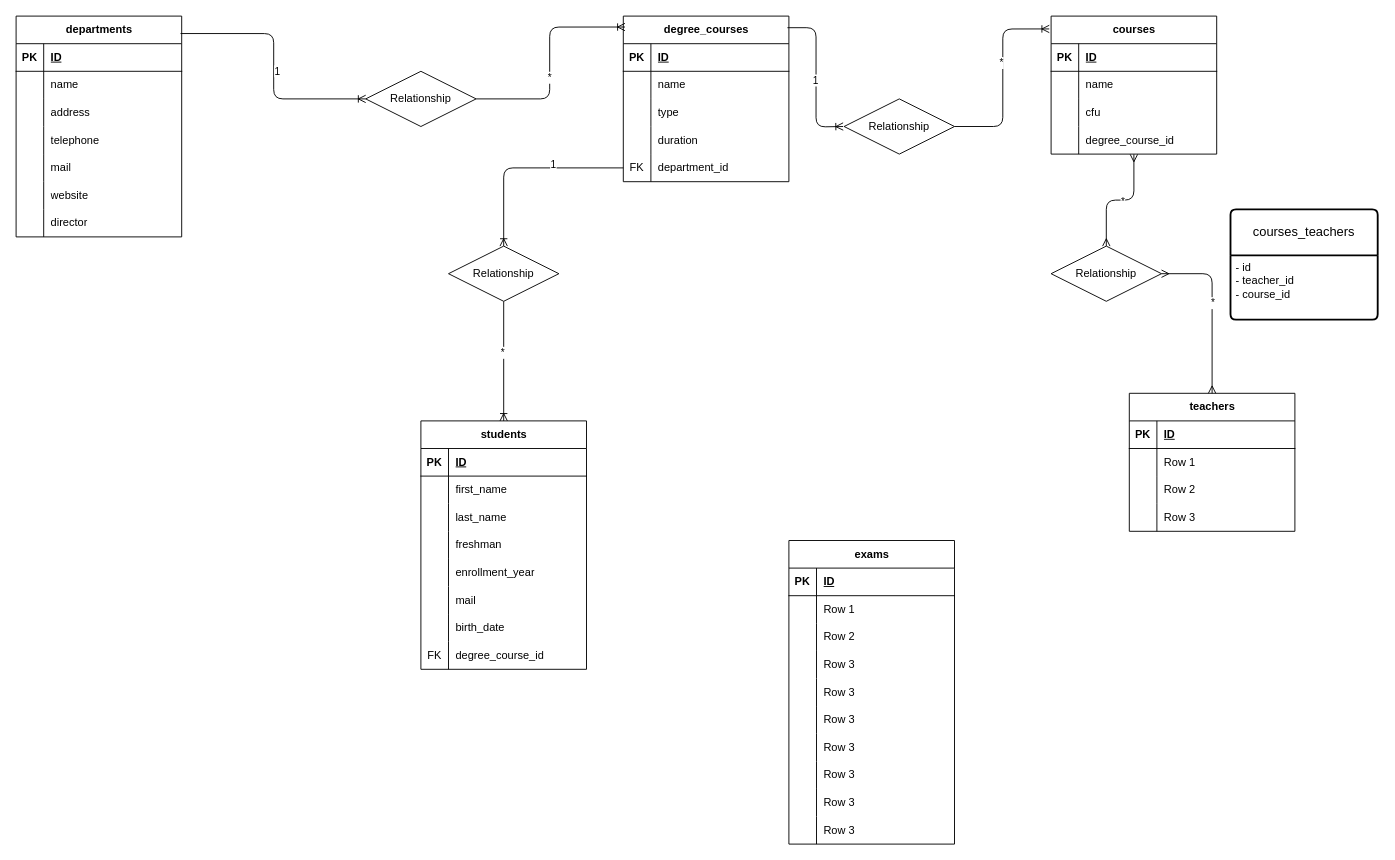
Above: schema.drawio in assettasimone/db-university (draw.io), before the change. Source tidied: cells renumbered, new cells numbered last; positions are measured from the earlier drawing's top-left corner, leaving out a move shared by most shapes. Both pictures are drawn from the tidied source at 92%, with x=0, y=0 at pixel (16, 16).
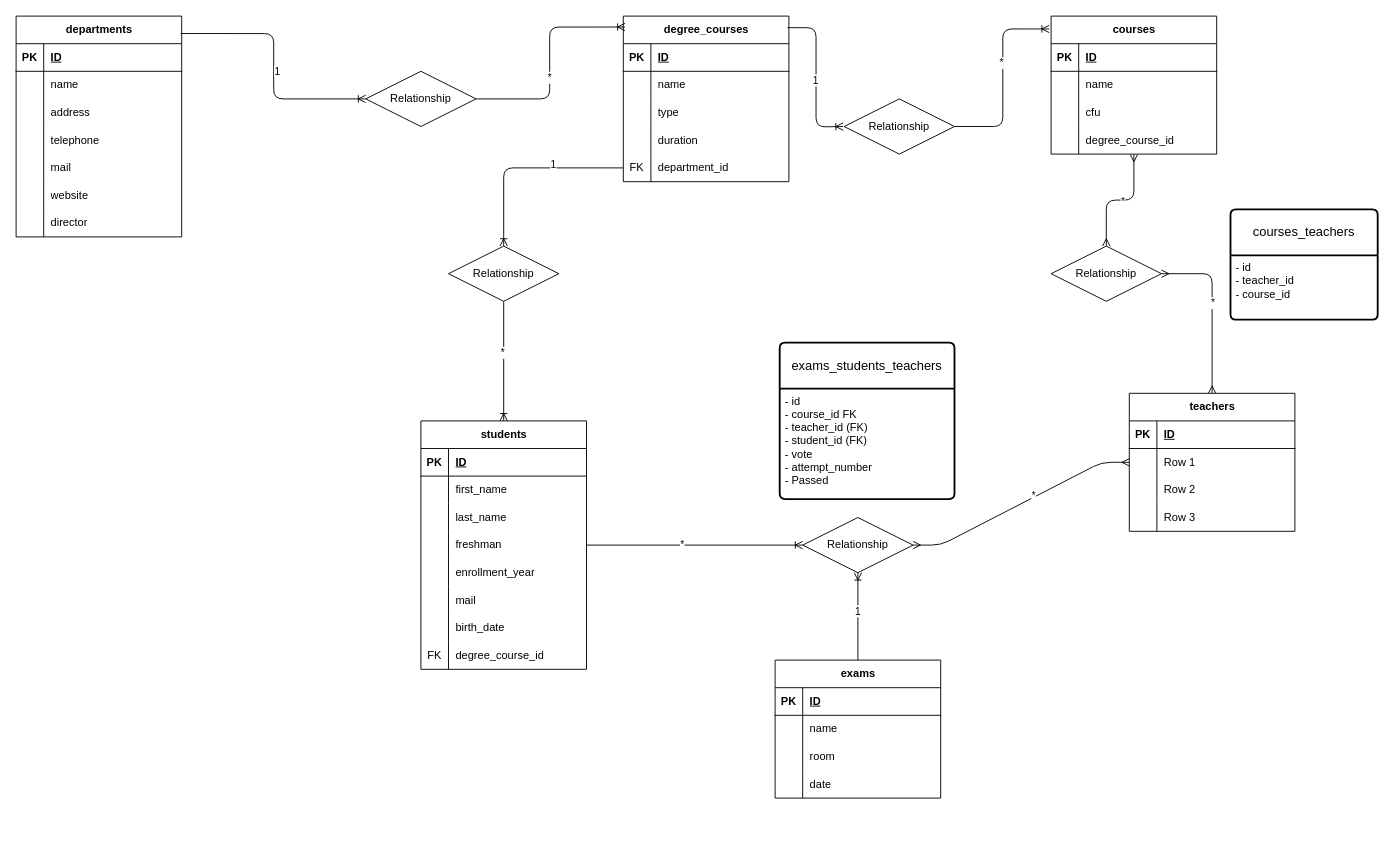
The same page after the edit.

The change refers to these unchanged cells:
```xml
<mxCell id="53" value="teachers" style="shape=table;startSize=30;childLayout=tableLayout;rowLines=0;fontStyle=1;align=center;html=1;" parent="1" vertex="1">
  <mxGeometry x="1210" y="410" width="180" height="150" as="geometry" />
</mxCell>
<mxCell id="76" style="shape=tableRow;horizontal=0;startSize=0;swimlaneHead=0;swimlaneBody=0;fillColor=none;points=[[0,0.5],[1,0.5]];portConstraint=eastwest;top=0;left=0;right=0;bottom=0;" parent="66" vertex="1">
  <mxGeometry y="120" width="180" height="30" as="geometry" />
</mxCell>
<mxCell id="95" style="shape=tableRow;horizontal=0;startSize=0;swimlaneHead=0;swimlaneBody=0;fillColor=none;top=0;left=0;right=0;bottom=0;" parent="91" vertex="1">
  <mxGeometry y="60" width="180" height="30" as="geometry" />
</mxCell>
<mxCell id="98" style="shape=tableRow;horizontal=0;startSize=0;swimlaneHead=0;swimlaneBody=0;fillColor=none;top=0;left=0;right=0;bottom=0;" parent="91" vertex="1">
  <mxGeometry y="90" width="180" height="30" as="geometry" />
</mxCell>
<mxCell id="101" style="shape=tableRow;horizontal=0;startSize=0;swimlaneHead=0;swimlaneBody=0;fillColor=none;top=0;left=0;right=0;bottom=0;" parent="91" vertex="1">
  <mxGeometry y="120" width="180" height="30" as="geometry" />
</mxCell>
```

What changed in the source:
```diff
@@
     <mxCell id="91" value="exams" style="shape=table;startSize=30;childLayout=tableLayout;rowLines=0;fontStyle=1;align=center;html=1;" parent="1" vertex="1">
-      <mxGeometry x="840" y="570" width="180" height="330" as="geometry" />
+      <mxGeometry x="825" y="700" width="180" height="150" as="geometry" />
     </mxCell>
@@
-    <mxCell id="97" value="Row 1" style="shape=partialRectangle;fillColor=none;top=0;left=0;bottom=0;right=0;align=left;spacingLeft=6;overflow=hidden;whiteSpace=wrap;html=1;" parent="95" vertex="1">
+    <mxCell id="97" value="name" style="shape=partialRectangle;fillColor=none;top=0;left=0;bottom=0;right=0;align=left;spacingLeft=6;overflow=hidden;whiteSpace=wrap;html=1;" parent="95" vertex="1">
       <mxGeometry x="30" width="150" height="30" as="geometry" />
     </mxCell>
@@
-    <mxCell id="100" value="Row 2" style="shape=partialRectangle;fillColor=none;top=0;left=0;bottom=0;right=0;align=left;spacingLeft=6;overflow=hidden;whiteSpace=wrap;html=1;" parent="98" vertex="1">
+    <mxCell id="100" value="room" style="shape=partialRectangle;fillColor=none;top=0;left=0;bottom=0;right=0;align=left;spacingLeft=6;overflow=hidden;whiteSpace=wrap;html=1;" parent="98" vertex="1">
       <mxGeometry x="30" width="150" height="30" as="geometry" />
     </mxCell>
@@
-    <mxCell id="103" value="Row 3" style="shape=partialRectangle;fillColor=none;top=0;left=0;bottom=0;right=0;align=left;spacingLeft=6;overflow=hidden;whiteSpace=wrap;html=1;" parent="101" vertex="1">
+    <mxCell id="103" value="date" style="shape=partialRectangle;fillColor=none;top=0;left=0;bottom=0;right=0;align=left;spacingLeft=6;overflow=hidden;whiteSpace=wrap;html=1;" parent="101" vertex="1">
       <mxGeometry x="30" width="150" height="30" as="geometry" />
     </mxCell>
-    <mxCell id="104" style="shape=tableRow;horizontal=0;startSize=0;swimlaneHead=0;swimlaneBody=0;fillColor=none;top=0;left=0;right=0;bottom=0;" parent="91" vertex="1">
-      <mxGeometry y="150" width="180" height="30" as="geometry" />
-    </mxCell>
-    <mxCell id="105" style="shape=partialRectangle;fillColor=none;top=0;left=0;bottom=0;right=0;overflow=hidden;whiteSpace=wrap;html=1;" parent="104" vertex="1">
-      <mxGeometry width="30" height="30" as="geometry" />
-    </mxCell>
-    <mxCell id="106" value="Row 3" style="shape=partialRectangle;fillColor=none;top=0;left=0;bottom=0;right=0;align=left;spacingLeft=6;overflow=hidden;whiteSpace=wrap;html=1;" parent="104" vertex="1">
-      <mxGeometry x="30" width="150" height="30" as="geometry" />
-    </mxCell>
-    <mxCell id="107" style="shape=tableRow;horizontal=0;startSize=0;swimlaneHead=0;swimlaneBody=0;fillColor=none;top=0;left=0;right=0;bottom=0;" parent="91" vertex="1">
-      <mxGeometry y="180" width="180" height="30" as="geometry" />
-    </mxCell>
-    <mxCell id="108" style="shape=partialRectangle;fillColor=none;top=0;left=0;bottom=0;right=0;overflow=hidden;whiteSpace=wrap;html=1;" parent="107" vertex="1">
-      <mxGeometry width="30" height="30" as="geometry" />
-    </mxCell>
-    <mxCell id="109" value="Row 3" style="shape=partialRectangle;fillColor=none;top=0;left=0;bottom=0;right=0;align=left;spacingLeft=6;overflow=hidden;whiteSpace=wrap;html=1;" parent="107" vertex="1">
-      <mxGeometry x="30" width="150" height="30" as="geometry" />
-    </mxCell>
-    <mxCell id="110" style="shape=tableRow;horizontal=0;startSize=0;swimlaneHead=0;swimlaneBody=0;fillColor=none;top=0;left=0;right=0;bottom=0;" parent="91" vertex="1">
-      <mxGeometry y="210" width="180" height="30" as="geometry" />
-    </mxCell>
-    <mxCell id="111" style="shape=partialRectangle;fillColor=none;top=0;left=0;bottom=0;right=0;overflow=hidden;whiteSpace=wrap;html=1;" parent="110" vertex="1">
-      <mxGeometry width="30" height="30" as="geometry" />
-    </mxCell>
-    <mxCell id="112" value="Row 3" style="shape=partialRectangle;fillColor=none;top=0;left=0;bottom=0;right=0;align=left;spacingLeft=6;overflow=hidden;whiteSpace=wrap;html=1;" parent="110" vertex="1">
-      <mxGeometry x="30" width="150" height="30" as="geometry" />
-    </mxCell>
-    <mxCell id="113" style="shape=tableRow;horizontal=0;startSize=0;swimlaneHead=0;swimlaneBody=0;fillColor=none;top=0;left=0;right=0;bottom=0;" parent="91" vertex="1">
-      <mxGeometry y="240" width="180" height="30" as="geometry" />
-    </mxCell>
-    <mxCell id="114" style="shape=partialRectangle;fillColor=none;top=0;left=0;bottom=0;right=0;overflow=hidden;whiteSpace=wrap;html=1;" parent="113" vertex="1">
-      <mxGeometry width="30" height="30" as="geometry" />
-    </mxCell>
-    <mxCell id="115" value="Row 3" style="shape=partialRectangle;fillColor=none;top=0;left=0;bottom=0;right=0;align=left;spacingLeft=6;overflow=hidden;whiteSpace=wrap;html=1;" parent="113" vertex="1">
-      <mxGeometry x="30" width="150" height="30" as="geometry" />
-    </mxCell>
-    <mxCell id="116" style="shape=tableRow;horizontal=0;startSize=0;swimlaneHead=0;swimlaneBody=0;fillColor=none;top=0;left=0;right=0;bottom=0;" parent="91" vertex="1">
-      <mxGeometry y="270" width="180" height="30" as="geometry" />
-    </mxCell>
-    <mxCell id="117" style="shape=partialRectangle;fillColor=none;top=0;left=0;bottom=0;right=0;overflow=hidden;whiteSpace=wrap;html=1;" parent="116" vertex="1">
-      <mxGeometry width="30" height="30" as="geometry" />
-    </mxCell>
-    <mxCell id="118" value="Row 3" style="shape=partialRectangle;fillColor=none;top=0;left=0;bottom=0;right=0;align=left;spacingLeft=6;overflow=hidden;whiteSpace=wrap;html=1;" parent="116" vertex="1">
-      <mxGeometry x="30" width="150" height="30" as="geometry" />
-    </mxCell>
-    <mxCell id="119" style="shape=tableRow;horizontal=0;startSize=0;swimlaneHead=0;swimlaneBody=0;fillColor=none;top=0;left=0;right=0;bottom=0;" parent="91" vertex="1">
-      <mxGeometry y="300" width="180" height="30" as="geometry" />
-    </mxCell>
-    <mxCell id="120" style="shape=partialRectangle;fillColor=none;top=0;left=0;bottom=0;right=0;overflow=hidden;whiteSpace=wrap;html=1;" parent="119" vertex="1">
-      <mxGeometry width="30" height="30" as="geometry" />
-    </mxCell>
-    <mxCell id="121" value="Row 3" style="shape=partialRectangle;fillColor=none;top=0;left=0;bottom=0;right=0;align=left;spacingLeft=6;overflow=hidden;whiteSpace=wrap;html=1;" parent="119" vertex="1">
-      <mxGeometry x="30" width="150" height="30" as="geometry" />
-    </mxCell>
@@
+    <mxCell id="144" value="Relationship" style="shape=rhombus;perimeter=rhombusPerimeter;whiteSpace=wrap;html=1;align=center;" parent="1" vertex="1">
+      <mxGeometry x="855" y="545" width="120" height="60" as="geometry" />
+    </mxCell>
+    <mxCell id="145" value="exams_students_teachers" style="swimlane;horizontal=1;startSize=50;rounded=1;fontSize=14;fontStyle=0;strokeWidth=2;shadow=0;dashed=0;align=center;arcSize=4;whiteSpace=wrap;html=1;" parent="1" vertex="1">
+      <mxGeometry x="830" y="355" width="190" height="170" as="geometry" />
+    </mxCell>
+    <mxCell id="146" value="- id&lt;div&gt;- course_id FK&lt;/div&gt;&lt;div&gt;- teacher_id (FK)&lt;/div&gt;&lt;div&gt;- student_id (FK)&lt;/div&gt;&lt;div&gt;- vote&lt;/div&gt;&lt;div&gt;- attempt_number&lt;/div&gt;&lt;div&gt;- Passed&lt;/div&gt;" style="align=left;strokeColor=none;fillColor=none;spacingLeft=4;fontSize=12;verticalAlign=top;html=1;" parent="145" vertex="1">
+      <mxGeometry y="50" width="190" height="120" as="geometry" />
+    </mxCell>
+    <mxCell id="147" style="edgeStyle=entityRelationEdgeStyle;fontSize=12;html=1;endArrow=ERoneToMany;entryX=0;entryY=0.5;entryDx=0;entryDy=0;" parent="1" edge="1" source="76" target="144">
+      <mxGeometry relative="1" as="geometry">
+        <Array as="points">
+          <mxPoint x="850" y="520" />
+        </Array>
+      </mxGeometry>
+    </mxCell>
+    <mxCell id="148" value="*" style="edgeLabel;html=1;align=center;verticalAlign=middle;" parent="147" vertex="1">
+      <mxGeometry x="-0.12" y="1" relative="1" as="geometry" />
+    </mxCell>
+    <mxCell id="149" style="fontSize=12;html=1;endArrow=ERoneToMany;exitX=0.5;exitY=0;exitDx=0;exitDy=0;entryX=0.5;entryY=1;entryDx=0;entryDy=0;" parent="1" edge="1" source="91" target="144">
+      <mxGeometry relative="1" as="geometry" />
+    </mxCell>
+    <mxCell id="150" value="1" style="edgeLabel;html=1;align=center;verticalAlign=middle;" parent="149" vertex="1">
+      <mxGeometry x="0.14" y="1" relative="1" as="geometry" />
+    </mxCell>
+    <mxCell id="151" style="edgeStyle=entityRelationEdgeStyle;fontSize=12;html=1;endArrow=ERmany;startArrow=ERmany;exitX=1;exitY=0.5;exitDx=0;exitDy=0;" parent="1" edge="1" source="144" target="53">
+      <mxGeometry relative="1" as="geometry" />
+    </mxCell>
+    <mxCell id="152" value="*" style="edgeLabel;html=1;align=center;verticalAlign=middle;" parent="151" vertex="1">
+      <mxGeometry x="0.12" y="1" relative="1" as="geometry">
+        <mxPoint y="-1" as="offset" />
+      </mxGeometry>
+    </mxCell>
```
